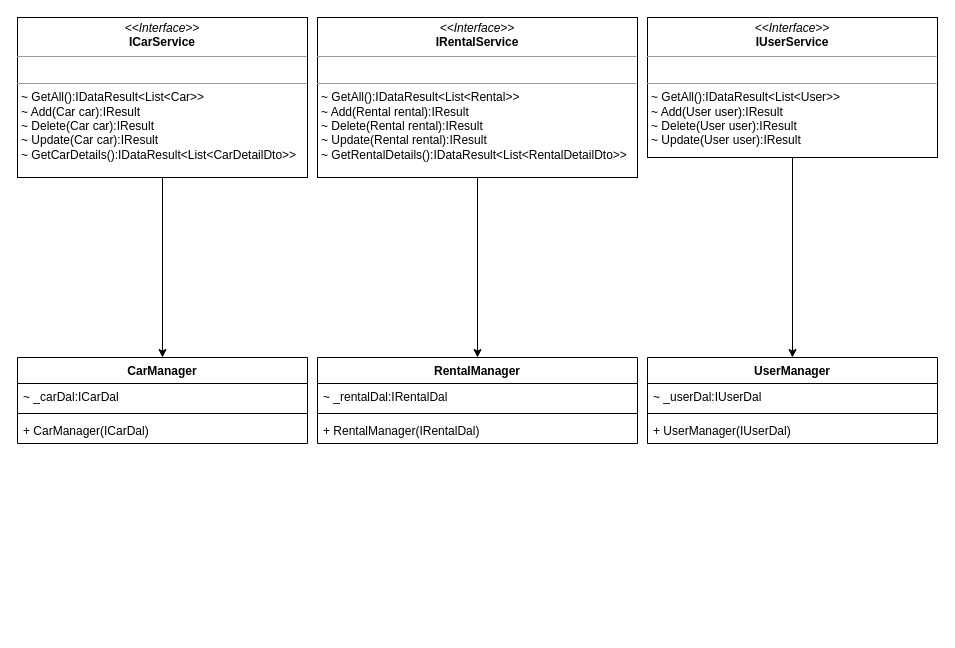
This is Business/Untitled Diagram.drawio from muhammedazman/ReCapProject, a draw.io file, before an edit. Source tidied: cells renumbered, new cells numbered last; positions are measured from the earlier drawing's top-left corner, leaving out a move shared by most shapes. Both pictures are drawn from the tidied source at 100%, with x=0, y=0 at pixel (17, 17).
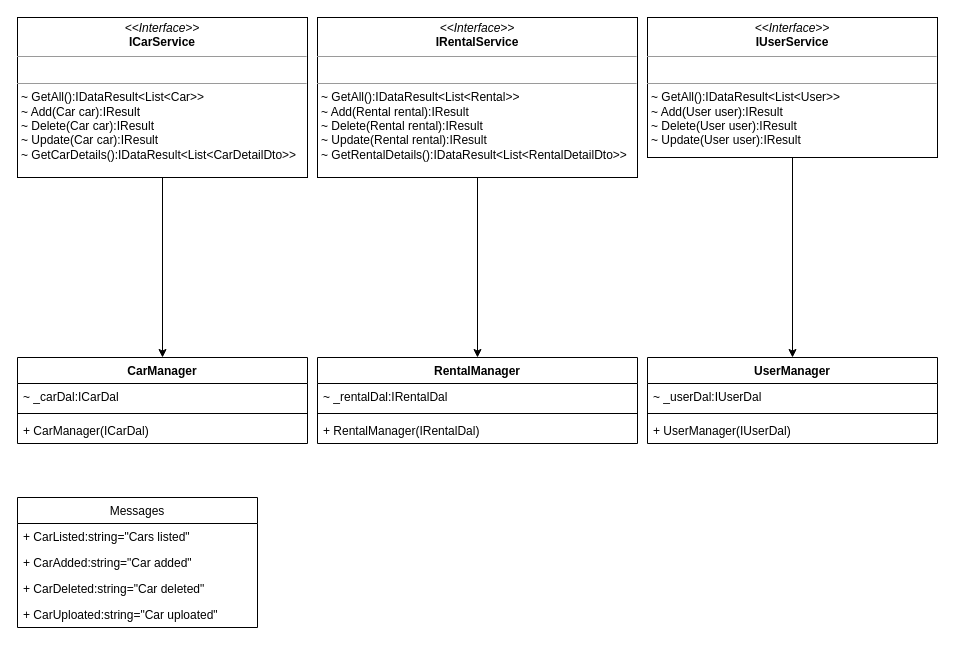
The same diagram, later.

Change to the diagram source:
```diff
@@
+    <mxCell id="20" value="Messages" style="swimlane;fontStyle=0;horizontal=1;startSize=26;fillColor=none;" parent="1" vertex="1">
+      <mxGeometry y="480" width="240" height="130" as="geometry" />
+    </mxCell>
+    <mxCell id="21" value="+ CarListed:string=&quot;Cars listed&quot;" style="text;strokeColor=none;fillColor=none;align=left;verticalAlign=top;spacingLeft=4;spacingRight=4;overflow=hidden;" parent="20" vertex="1">
+      <mxGeometry y="26" width="240" height="26" as="geometry" />
+    </mxCell>
+    <mxCell id="22" value="+ CarAdded:string=&quot;Car added&quot;" style="text;strokeColor=none;fillColor=none;align=left;verticalAlign=top;spacingLeft=4;spacingRight=4;overflow=hidden;" parent="20" vertex="1">
+      <mxGeometry y="52" width="240" height="26" as="geometry" />
+    </mxCell>
+    <mxCell id="23" value="+ CarDeleted:string=&quot;Car deleted&quot;" style="text;strokeColor=none;fillColor=none;align=left;verticalAlign=top;spacingLeft=4;spacingRight=4;overflow=hidden;" parent="20" vertex="1">
+      <mxGeometry y="78" width="240" height="26" as="geometry" />
+    </mxCell>
+    <mxCell id="24" value="+ CarUploated:string=&quot;Car uploated&quot;" style="text;strokeColor=none;fillColor=none;align=left;verticalAlign=top;spacingLeft=4;spacingRight=4;overflow=hidden;" parent="20" vertex="1">
+      <mxGeometry y="104" width="240" height="26" as="geometry" />
+    </mxCell>
```
